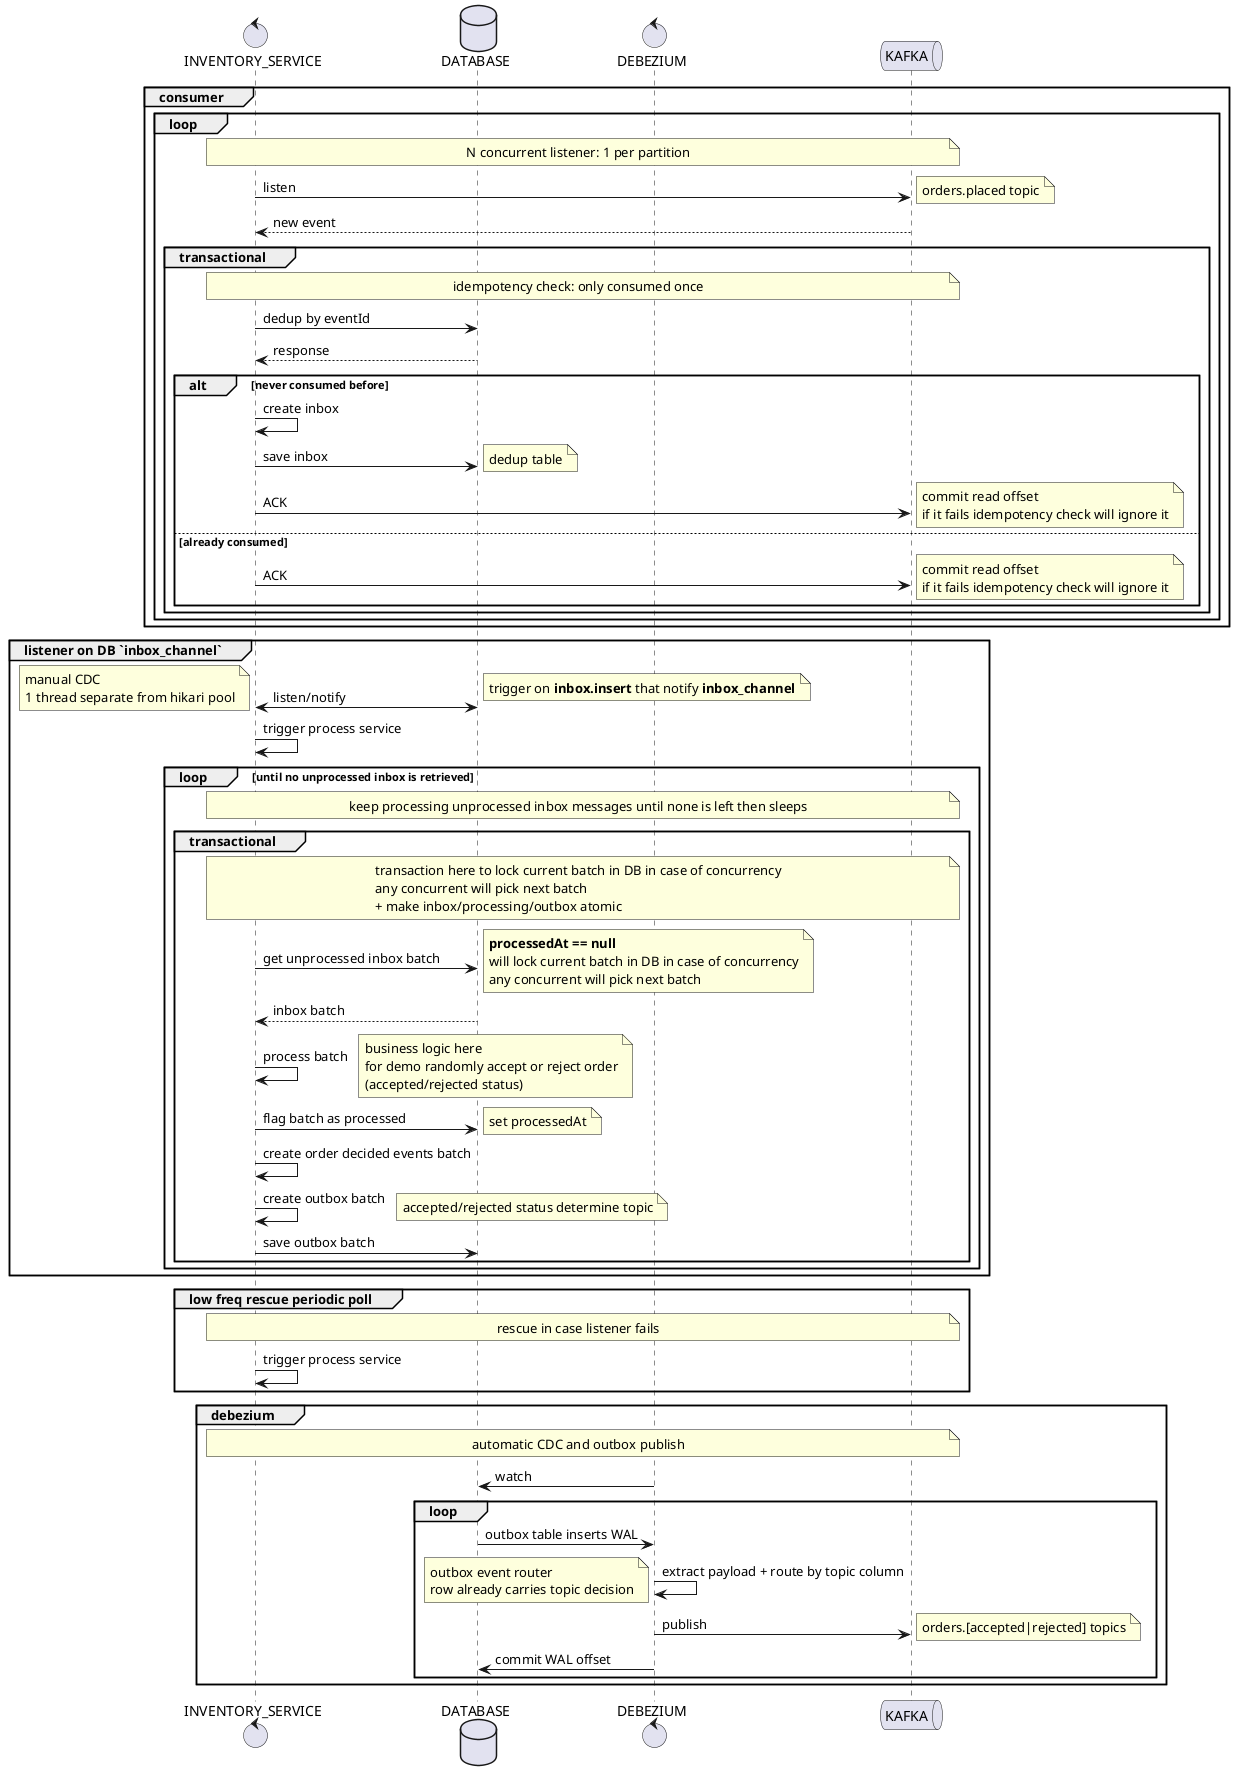
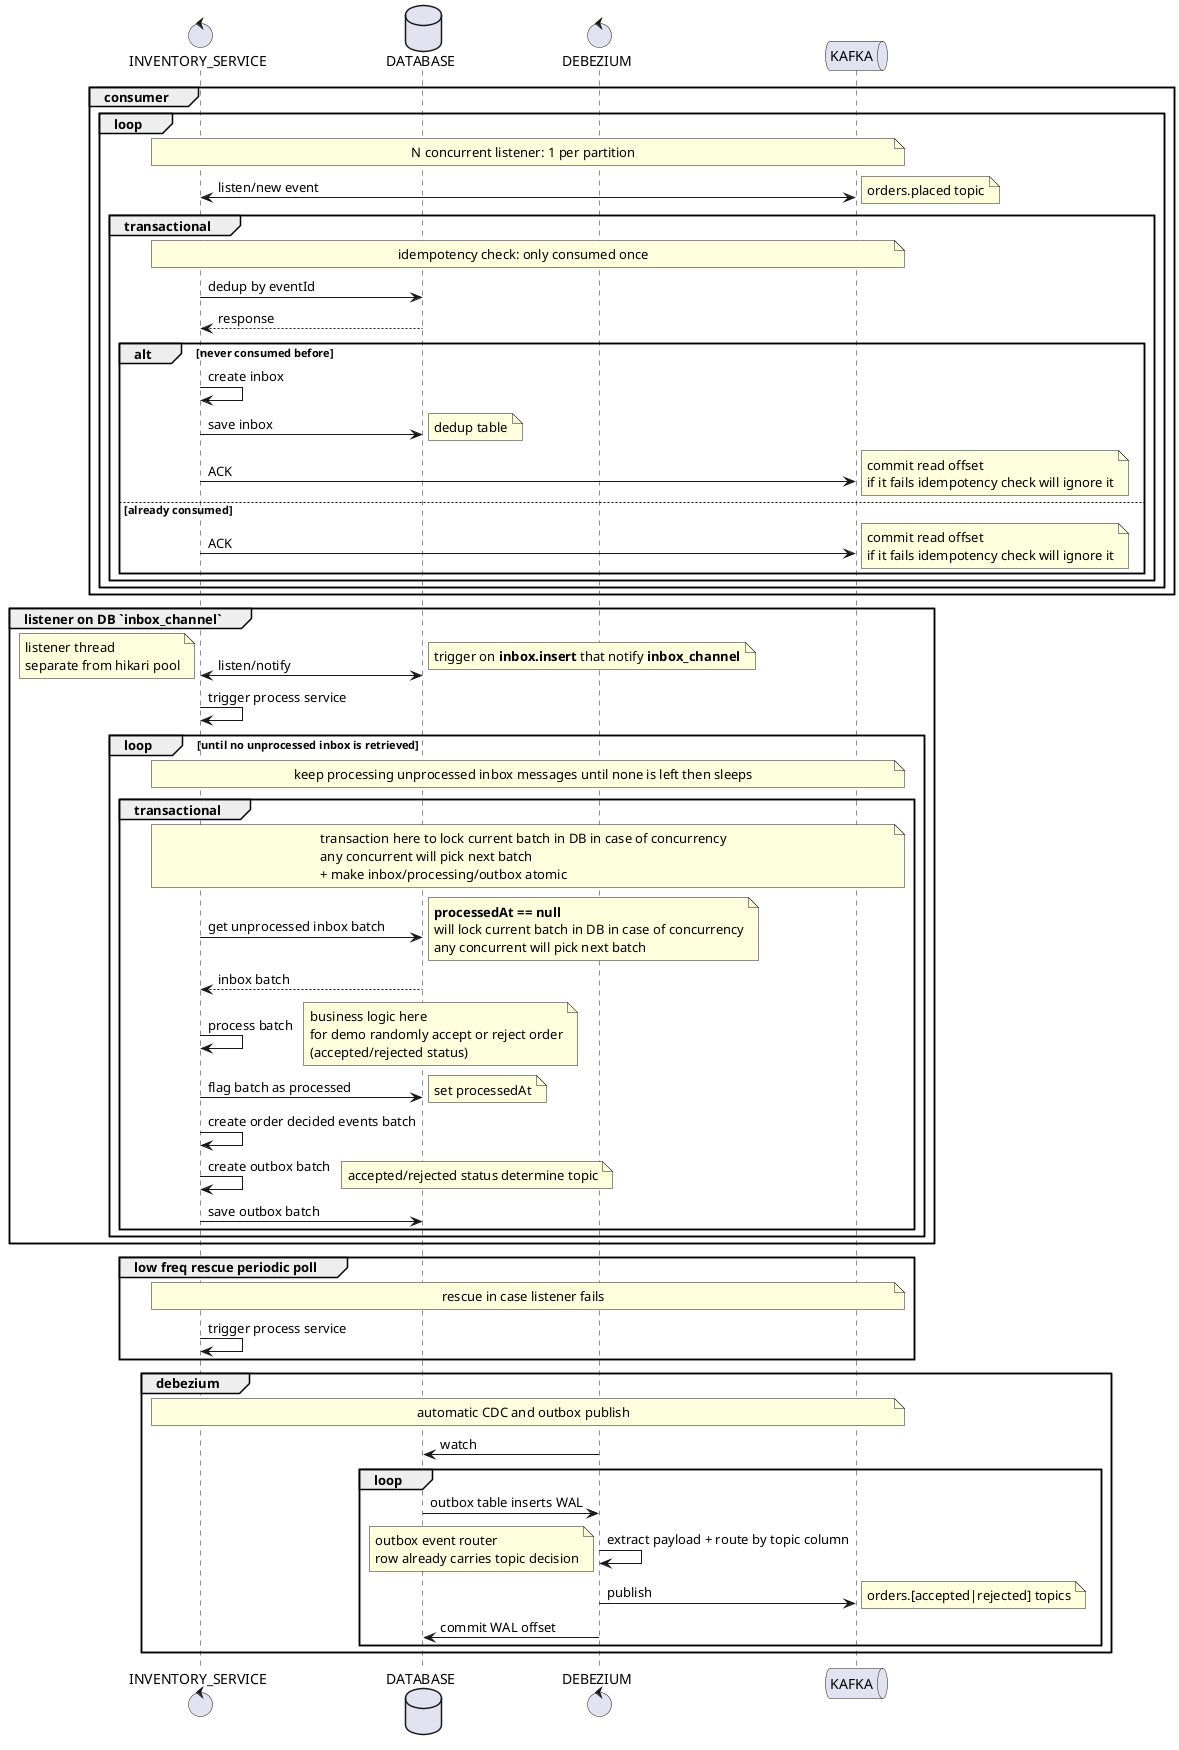
@startuml
control INVENTORY_SERVICE as SERVICE
database DATABASE as DB
control DEBEZIUM as Z
queue KAFKA as K

group consumer
    loop
        note across: N concurrent listener: 1 per partition
-         SERVICE -> K: listen
+         SERVICE <-> K: listen/new event
        note right: orders.placed topic
-         K --> SERVICE: new event
        group transactional
            note across: idempotency check: only consumed once
            SERVICE -> DB: dedup by eventId
            DB --> SERVICE: response
            alt never consumed before
                SERVICE -> SERVICE: create inbox
                SERVICE -> DB: save inbox
                note right: dedup table
                SERVICE -> K: ACK
                note right: commit read offset\nif it fails idempotency check will ignore it
            else already consumed
                SERVICE -> K: ACK
                note right: commit read offset\nif it fails idempotency check will ignore it
            end
        end
    end
end

group listener on DB `inbox_channel`
    SERVICE <-> DB: listen/notify
-     note left: manual CDC\n1 thread separate from hikari pool
+     note left: listener thread\nseparate from hikari pool
    note right: trigger on **inbox.insert** that notify **inbox_channel**
    SERVICE -> SERVICE: trigger process service
    loop until no unprocessed inbox is retrieved
        note across: keep processing unprocessed inbox messages until none is left then sleeps
        group transactional
            note across: transaction here to lock current batch in DB in case of concurrency\nany concurrent will pick next batch\n+ make inbox/processing/outbox atomic
            SERVICE -> DB: get unprocessed inbox batch
            note right: **processedAt == null**\nwill lock current batch in DB in case of concurrency\nany concurrent will pick next batch
            DB --> SERVICE: inbox batch
            SERVICE -> SERVICE: process batch
            note right: business logic here\nfor demo randomly accept or reject order\n(accepted/rejected status)
            SERVICE -> DB: flag batch as processed
            note right: set processedAt
            SERVICE -> SERVICE: create order decided events batch
            SERVICE -> SERVICE: create outbox batch
            note right: accepted/rejected status determine topic
            SERVICE -> DB: save outbox batch
        end
    end
end

group low freq rescue periodic poll
    note across: rescue in case listener fails
    SERVICE -> SERVICE: trigger process service
end

group debezium
    note across: automatic CDC and outbox publish
    Z -> DB: watch
    loop
        DB -> Z: outbox table inserts WAL
        Z -> Z: extract payload + route by topic column
        note left: outbox event router\nrow already carries topic decision
        Z -> K: publish
        note right: orders.[accepted|rejected] topics
        Z -> DB: commit WAL offset
    end
end
@enduml
